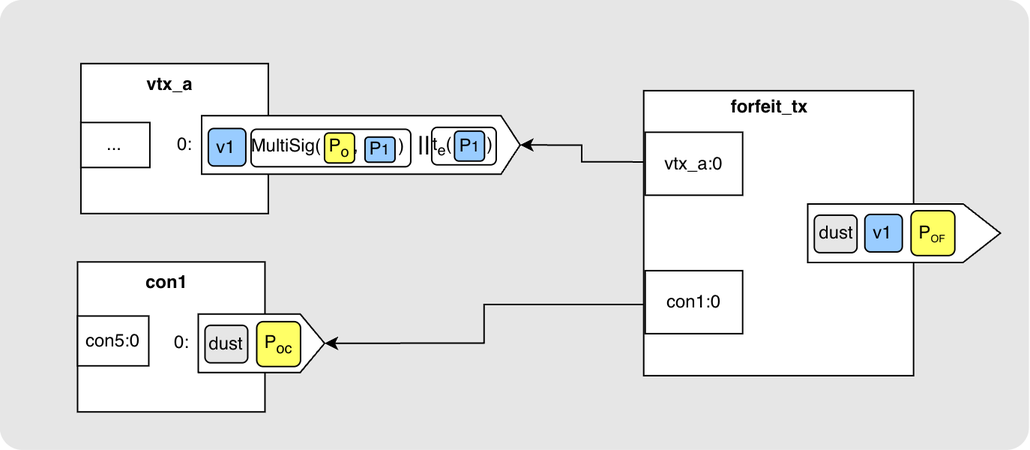
The draw.io diagram static/ark/forfeit-tx-structure.png in ellemouton/website, before a commit. Source tidied: cells renumbered, new cells last; positions are measured from the earlier drawing's top-left corner, leaving out a move shared by most shapes. The source it was exported from:
```xml
<mxGraphModel>
  <root>
    <mxCell id="0" />
    <mxCell id="1" parent="0" />
    <mxCell id="2" style="rounded=1;whiteSpace=wrap;html=1;strokeColor=none;fillColor=#E6E6E6;arcSize=5;" parent="1" vertex="1">
      <mxGeometry y="10" width="686.5" height="300" as="geometry" />
    </mxCell>
    <mxCell id="3" style="edgeStyle=orthogonalEdgeStyle;rounded=0;jettySize=auto;html=1;exitX=0;exitY=0.25;exitDx=0;exitDy=0;entryX=0.5;entryY=1;entryDx=0;entryDy=0;" parent="1" edge="1" source="5" target="7">
      <mxGeometry relative="1" as="geometry" />
    </mxCell>
    <mxCell id="4" style="edgeStyle=orthogonalEdgeStyle;rounded=0;jettySize=auto;html=1;exitX=0;exitY=0.75;exitDx=0;exitDy=0;entryX=0.5;entryY=1;entryDx=0;entryDy=0;" parent="1" edge="1" source="5" target="21">
      <mxGeometry relative="1" as="geometry" />
    </mxCell>
    <mxCell id="5" style="rounded=0;whiteSpace=wrap;html=1;" parent="1" vertex="1">
      <mxGeometry x="429" y="70" width="180" height="190" as="geometry" />
    </mxCell>
    <mxCell id="6" style="rounded=0;whiteSpace=wrap;html=1;" parent="1" vertex="1">
      <mxGeometry x="53.6" y="51.9" width="125" height="100" as="geometry" />
    </mxCell>
    <mxCell id="7" style="shape=offPageConnector;whiteSpace=wrap;html=1;rotation=-90;size=0.0600942655145326;" parent="1" vertex="1">
      <mxGeometry x="220.9" width="39" height="212.4" as="geometry" />
    </mxCell>
    <mxCell id="8" value="t&lt;sub&gt;e&lt;/sub&gt;(&amp;nbsp; &amp;nbsp; &amp;nbsp; &amp;nbsp;)" style="rounded=1;whiteSpace=wrap;html=1;fillColor=#FFFFFF;" parent="1" vertex="1">
      <mxGeometry x="287.6" y="94.5" width="43" height="25" as="geometry" />
    </mxCell>
    <mxCell id="9" style="rounded=1;whiteSpace=wrap;html=1;fillColor=#FFFFFF;" parent="1" vertex="1">
      <mxGeometry x="167.1" y="95.7" width="106.5" height="25" as="geometry" />
    </mxCell>
    <mxCell id="10" style="group;" parent="1" vertex="1">
      <mxGeometry x="162.6" y="97.7" width="113.5" height="25.8" as="geometry" />
    </mxCell>
    <mxCell id="11" value="MultiSig(&amp;nbsp; &amp;nbsp;&amp;nbsp;&lt;sub&gt;&amp;nbsp; &amp;nbsp;&lt;/sub&gt;&lt;span style=&quot;background-color: transparent; color: light-dark(rgb(0, 0, 0), rgb(255, 255, 255));&quot;&gt;,&amp;nbsp; &amp;nbsp; &amp;nbsp; &amp;nbsp; )&lt;/span&gt;" style="text;html=1;whiteSpace=wrap;strokeColor=none;fillColor=none;align=center;verticalAlign=middle;rounded=0;" parent="10" vertex="1">
      <mxGeometry x="3" y="1" width="107" height="19.5" as="geometry" />
    </mxCell>
    <mxCell id="12" value="P&lt;sub&gt;o&lt;/sub&gt;" style="rounded=1;whiteSpace=wrap;html=1;align=center;fillColor=#FFFF66;" parent="10" vertex="1">
      <mxGeometry x="53.5" y="0.5" width="20" height="20" as="geometry" />
    </mxCell>
    <mxCell id="13" value="&lt;font style=&quot;font-size: 17px;&quot;&gt;||&lt;/font&gt;" style="text;html=1;whiteSpace=wrap;strokeColor=none;fillColor=none;align=center;verticalAlign=middle;rounded=0;" parent="10" vertex="1">
      <mxGeometry x="105.5" y="-5.2" width="30" height="30" as="geometry" />
    </mxCell>
    <mxCell id="14" value="v1" style="rounded=1;whiteSpace=wrap;html=1;fillColor=#99CCFF;" parent="1" vertex="1">
      <mxGeometry x="138.6" y="95.2" width="25" height="25" as="geometry" />
    </mxCell>
    <mxCell id="15" value="P&lt;span style=&quot;font-size: 10px;&quot;&gt;1&lt;/span&gt;" style="rounded=1;whiteSpace=wrap;html=1;align=center;fillColor=#99CCFF;" parent="1" vertex="1">
      <mxGeometry x="302.8" y="97" width="20" height="20" as="geometry" />
    </mxCell>
    <mxCell id="16" value="&lt;b&gt;vtx_a&lt;/b&gt;" style="text;html=1;whiteSpace=wrap;strokeColor=none;fillColor=none;align=center;verticalAlign=middle;rounded=0;" parent="1" vertex="1">
      <mxGeometry x="83.1" y="50.9" width="60" height="30" as="geometry" />
    </mxCell>
    <mxCell id="17" value="0:" style="text;html=1;whiteSpace=wrap;strokeColor=none;fillColor=none;align=center;verticalAlign=middle;rounded=0;" parent="1" vertex="1">
      <mxGeometry x="113.6" y="90.2" width="20" height="31" as="geometry" />
    </mxCell>
    <mxCell id="18" value="..." style="rounded=0;whiteSpace=wrap;html=1;" parent="1" vertex="1">
      <mxGeometry x="53.6" y="91.2" width="46" height="30" as="geometry" />
    </mxCell>
    <mxCell id="19" value="P&lt;span style=&quot;font-size: 10px;&quot;&gt;1&lt;/span&gt;" style="rounded=1;whiteSpace=wrap;html=1;align=center;fillColor=#99CCFF;" parent="1" vertex="1">
      <mxGeometry x="243.1" y="100.9" width="20" height="16.8" as="geometry" />
    </mxCell>
    <mxCell id="20" style="rounded=0;whiteSpace=wrap;html=1;" parent="1" vertex="1">
      <mxGeometry x="51.4" y="184.2" width="125" height="100" as="geometry" />
    </mxCell>
    <mxCell id="21" style="shape=offPageConnector;whiteSpace=wrap;html=1;rotation=-90;size=0.19356370977318826;" parent="1" vertex="1">
      <mxGeometry x="154.6" y="196.3" width="39" height="84.2" as="geometry" />
    </mxCell>
    <mxCell id="22" value="dust" style="rounded=1;whiteSpace=wrap;html=1;fillColor=#E6E6E6;" parent="1" vertex="1">
      <mxGeometry x="136.4" y="226.4" width="28.5" height="25" as="geometry" />
    </mxCell>
    <mxCell id="23" value="&lt;b&gt;con1&lt;/b&gt;" style="text;html=1;whiteSpace=wrap;strokeColor=none;fillColor=none;align=center;verticalAlign=middle;rounded=0;" parent="1" vertex="1">
      <mxGeometry x="80.9" y="183.2" width="60" height="30" as="geometry" />
    </mxCell>
    <mxCell id="24" value="0:" style="text;html=1;whiteSpace=wrap;strokeColor=none;fillColor=none;align=center;verticalAlign=middle;rounded=0;" parent="1" vertex="1">
      <mxGeometry x="111.4" y="222.4" width="20" height="31" as="geometry" />
    </mxCell>
    <mxCell id="25" value="P&lt;sub&gt;oc&lt;/sub&gt;" style="rounded=1;whiteSpace=wrap;html=1;align=center;fillColor=#FFFF66;" parent="1" vertex="1">
      <mxGeometry x="170.9" y="224" width="29.2" height="29.9" as="geometry" />
    </mxCell>
    <mxCell id="26" value="con5:0" style="rounded=0;whiteSpace=wrap;html=1;" parent="1" vertex="1">
      <mxGeometry x="51.4" y="220.2" width="47.5" height="33.2" as="geometry" />
    </mxCell>
    <mxCell id="27" style="shape=offPageConnector;whiteSpace=wrap;html=1;rotation=-90;size=0.19356370977318826;" parent="1" vertex="1">
      <mxGeometry x="583.1" y="100.7" width="39" height="128.6" as="geometry" />
    </mxCell>
    <mxCell id="28" value="dust" style="rounded=1;whiteSpace=wrap;html=1;fillColor=#E6E6E6;" parent="1" vertex="1">
      <mxGeometry x="542.8" y="153" width="28.5" height="25" as="geometry" />
    </mxCell>
    <mxCell id="29" value="P&lt;span style=&quot;font-size: 8.33333px;&quot;&gt;&lt;sub&gt;OF&lt;/sub&gt;&lt;/span&gt;" style="rounded=1;whiteSpace=wrap;html=1;align=center;fillColor=#FFFF66;" parent="1" vertex="1">
      <mxGeometry x="607.3" y="150" width="29.2" height="29.9" as="geometry" />
    </mxCell>
    <mxCell id="30" value="v1" style="rounded=1;whiteSpace=wrap;html=1;fillColor=#99CCFF;" parent="1" vertex="1">
      <mxGeometry x="576.5" y="152.5" width="25" height="25" as="geometry" />
    </mxCell>
    <mxCell id="31" value="&lt;b&gt;forfeit_tx&lt;/b&gt;" style="text;html=1;whiteSpace=wrap;strokeColor=none;fillColor=none;align=center;verticalAlign=middle;rounded=0;" parent="1" vertex="1">
      <mxGeometry x="483.2" y="65.7" width="60" height="30" as="geometry" />
    </mxCell>
    <mxCell id="32" value="vtx_a:0" style="rounded=0;whiteSpace=wrap;html=1;" parent="1" vertex="1">
      <mxGeometry x="430" y="97.7" width="65" height="42" as="geometry" />
    </mxCell>
    <mxCell id="33" value="con1:0" style="rounded=0;whiteSpace=wrap;html=1;" parent="1" vertex="1">
      <mxGeometry x="430" y="190" width="65" height="42" as="geometry" />
    </mxCell>
  </root>
</mxGraphModel>
```
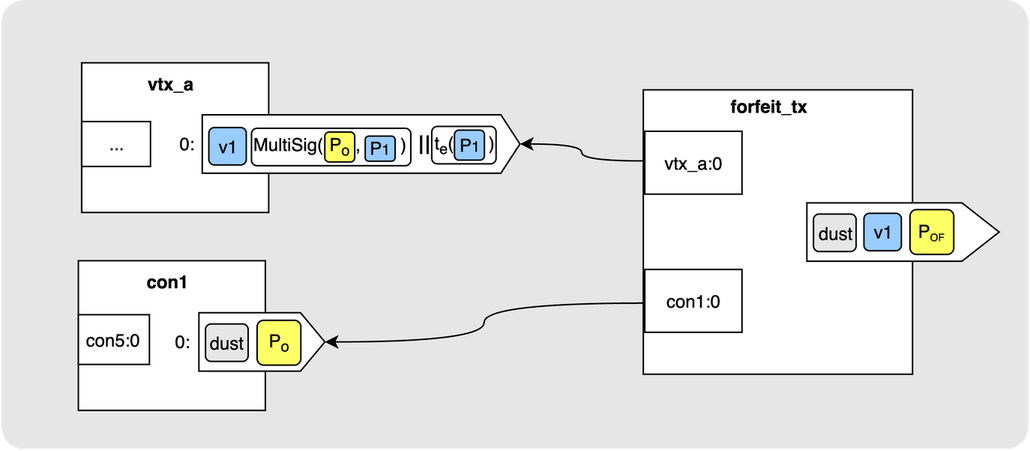
The same file after the commit.

Change to the diagram source:
```diff
@@ -5,10 +5,10 @@
     <mxCell id="2" style="rounded=1;whiteSpace=wrap;html=1;strokeColor=none;fillColor=#E6E6E6;arcSize=5;" parent="1" vertex="1">
       <mxGeometry y="10" width="686.5" height="300" as="geometry" />
     </mxCell>
-    <mxCell id="3" style="edgeStyle=orthogonalEdgeStyle;rounded=0;jettySize=auto;html=1;exitX=0;exitY=0.25;exitDx=0;exitDy=0;entryX=0.5;entryY=1;entryDx=0;entryDy=0;" parent="1" edge="1" source="5" target="7">
+    <mxCell id="3" style="edgeStyle=orthogonalEdgeStyle;jettySize=auto;html=1;exitX=0;exitY=0.25;exitDx=0;exitDy=0;entryX=0.5;entryY=1;entryDx=0;entryDy=0;curved=1;" parent="1" edge="1" source="5" target="7">
       <mxGeometry relative="1" as="geometry" />
     </mxCell>
-    <mxCell id="4" style="edgeStyle=orthogonalEdgeStyle;rounded=0;jettySize=auto;html=1;exitX=0;exitY=0.75;exitDx=0;exitDy=0;entryX=0.5;entryY=1;entryDx=0;entryDy=0;" parent="1" edge="1" source="5" target="21">
+    <mxCell id="4" style="edgeStyle=orthogonalEdgeStyle;jettySize=auto;html=1;exitX=0;exitY=0.75;exitDx=0;exitDy=0;entryX=0.5;entryY=1;entryDx=0;entryDy=0;curved=1;" parent="1" edge="1" source="5" target="21">
       <mxGeometry relative="1" as="geometry" />
     </mxCell>
     <mxCell id="5" style="rounded=0;whiteSpace=wrap;html=1;" parent="1" vertex="1">
@@ -71,7 +71,7 @@
     <mxCell id="24" value="0:" style="text;html=1;whiteSpace=wrap;strokeColor=none;fillColor=none;align=center;verticalAlign=middle;rounded=0;" parent="1" vertex="1">
       <mxGeometry x="111.4" y="222.4" width="20" height="31" as="geometry" />
     </mxCell>
-    <mxCell id="25" value="P&lt;sub&gt;oc&lt;/sub&gt;" style="rounded=1;whiteSpace=wrap;html=1;align=center;fillColor=#FFFF66;" parent="1" vertex="1">
+    <mxCell id="25" value="P&lt;sub&gt;o&lt;/sub&gt;" style="rounded=1;whiteSpace=wrap;html=1;align=center;fillColor=#FFFF66;" parent="1" vertex="1">
       <mxGeometry x="170.9" y="224" width="29.2" height="29.9" as="geometry" />
     </mxCell>
     <mxCell id="26" value="con5:0" style="rounded=0;whiteSpace=wrap;html=1;" parent="1" vertex="1">
```
